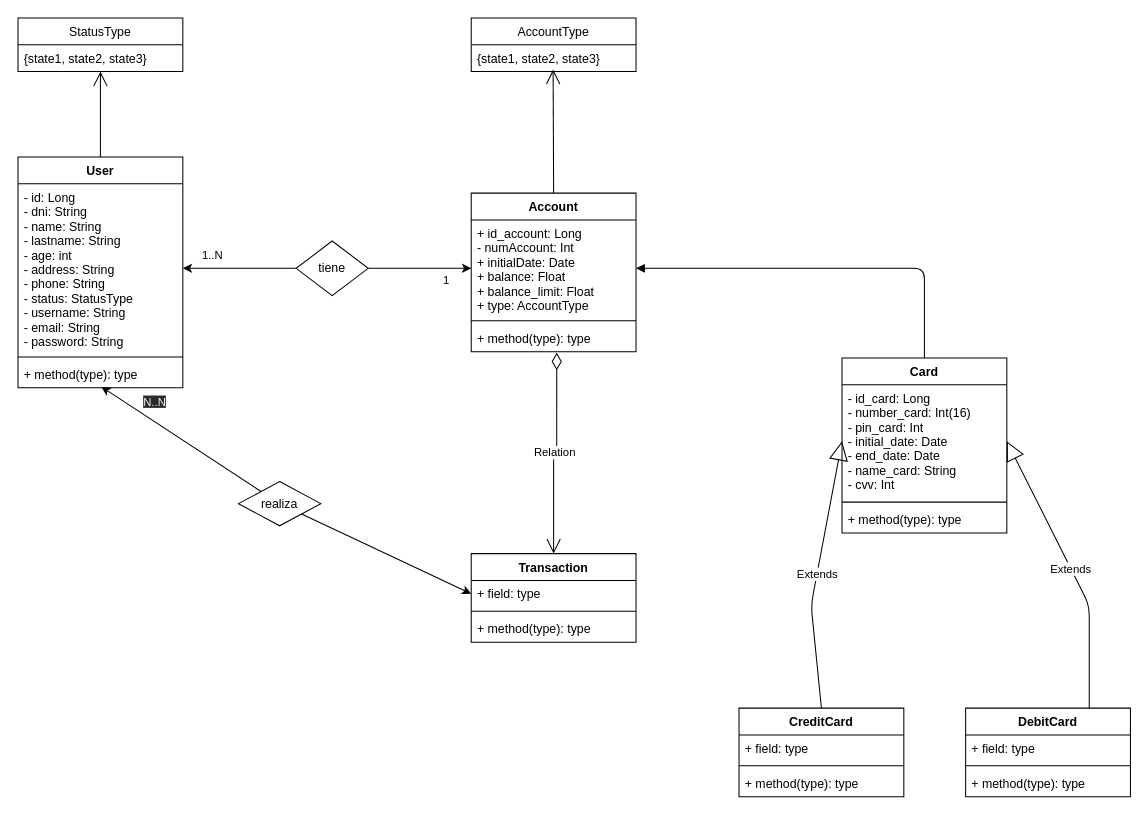
This is src/main/resources/diag_uml.drawio from solerocha/Homebanking, a draw.io file, before an edit. Source tidied: cells renumbered, new cells numbered last; positions are measured from the earlier drawing's top-left corner, leaving out a move shared by most shapes. Both pictures are drawn from the tidied source at 103%, with x=0, y=0 at pixel (18, 18).
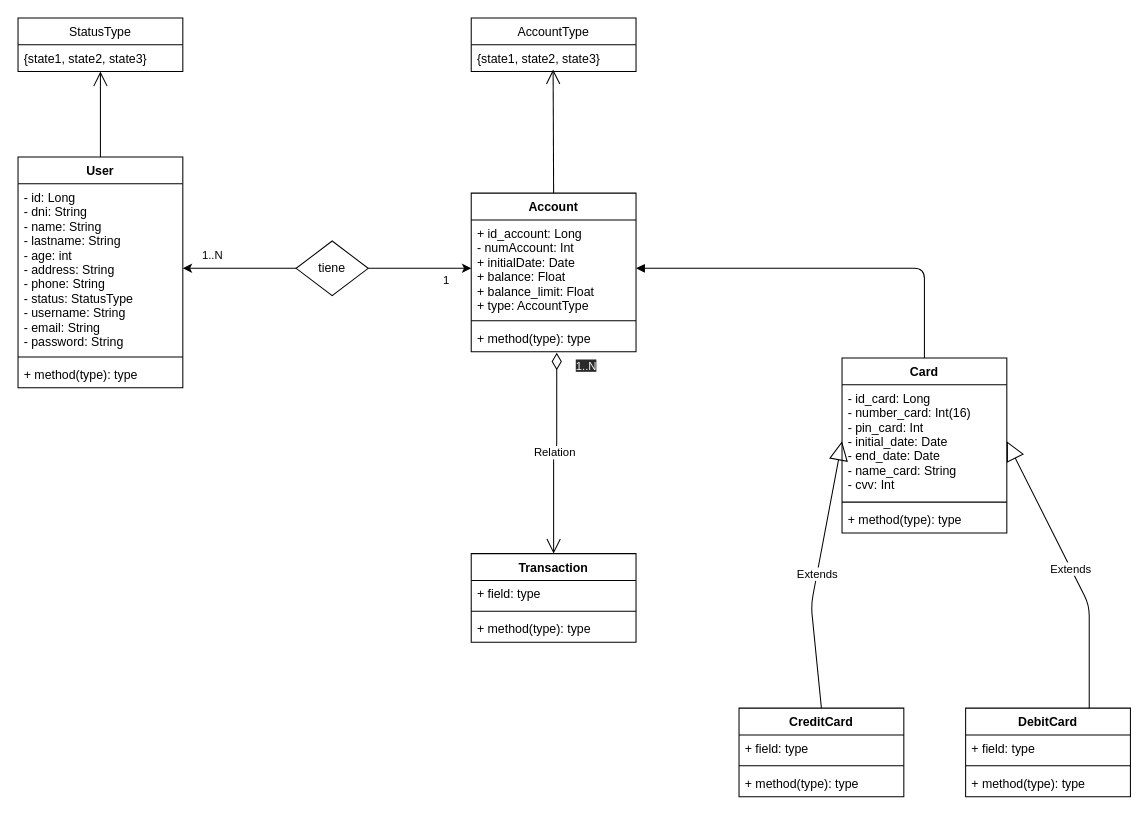
The same diagram, later.

Unchanged cells that the change refers to:
```xml
<mxCell id="5" value="+ method(type): type" style="text;strokeColor=none;fillColor=none;align=left;verticalAlign=top;spacingLeft=4;spacingRight=4;overflow=hidden;points=[[0,0.5],[1,0.5]];portConstraint=eastwest;" parent="2" vertex="1">
  <mxGeometry y="198" width="160" height="26" as="geometry" />
</mxCell>
<mxCell id="15" value="+ field: type" style="text;strokeColor=none;fillColor=none;align=left;verticalAlign=top;spacingLeft=4;spacingRight=4;overflow=hidden;points=[[0,0.5],[1,0.5]];portConstraint=eastwest;" parent="14" vertex="1">
  <mxGeometry y="26" width="160" height="26" as="geometry" />
</mxCell>
```

The edit, as a diff of the source:
```diff
@@
-    <mxCell id="41" style="edgeStyle=none;html=1;entryX=0;entryY=0.5;entryDx=0;entryDy=0;" parent="1" edge="1" source="43" target="15">
-      <mxGeometry relative="1" as="geometry" />
-    </mxCell>
-    <mxCell id="42" style="edgeStyle=none;html=1;entryX=0.506;entryY=0.962;entryDx=0;entryDy=0;entryPerimeter=0;" parent="1" edge="1" source="43" target="5">
-      <mxGeometry relative="1" as="geometry" />
-    </mxCell>
-    <mxCell id="43" value="realiza" style="shape=rhombus;perimeter=rhombusPerimeter;whiteSpace=wrap;html=1;align=center;" parent="1" vertex="1">
-      <mxGeometry x="214" y="450" width="80" height="43" as="geometry" />
-    </mxCell>
-    <mxCell id="44" value="&lt;span style=&quot;color: rgb(240 , 240 , 240) ; font-family: &amp;#34;helvetica&amp;#34; ; font-size: 11px ; font-style: normal ; font-weight: 400 ; letter-spacing: normal ; text-align: left ; text-indent: 0px ; text-transform: none ; word-spacing: 0px ; background-color: rgb(42 , 42 , 42) ; display: inline ; float: none&quot;&gt;N..N&lt;/span&gt;" style="text;whiteSpace=wrap;html=1;" parent="1" vertex="1">
-      <mxGeometry x="120" y="359" width="50" height="30" as="geometry" />
+    <mxCell id="44" value="&lt;span style=&quot;color: rgb(240 , 240 , 240) ; font-family: &amp;#34;helvetica&amp;#34; ; font-size: 11px ; font-style: normal ; font-weight: 400 ; letter-spacing: normal ; text-align: left ; text-indent: 0px ; text-transform: none ; word-spacing: 0px ; background-color: rgb(42 , 42 , 42) ; display: inline ; float: none&quot;&gt;1..N&lt;/span&gt;" style="text;whiteSpace=wrap;html=1;" parent="1" vertex="1">
+      <mxGeometry x="540" y="324" width="50" height="30" as="geometry" />
     </mxCell>
```
